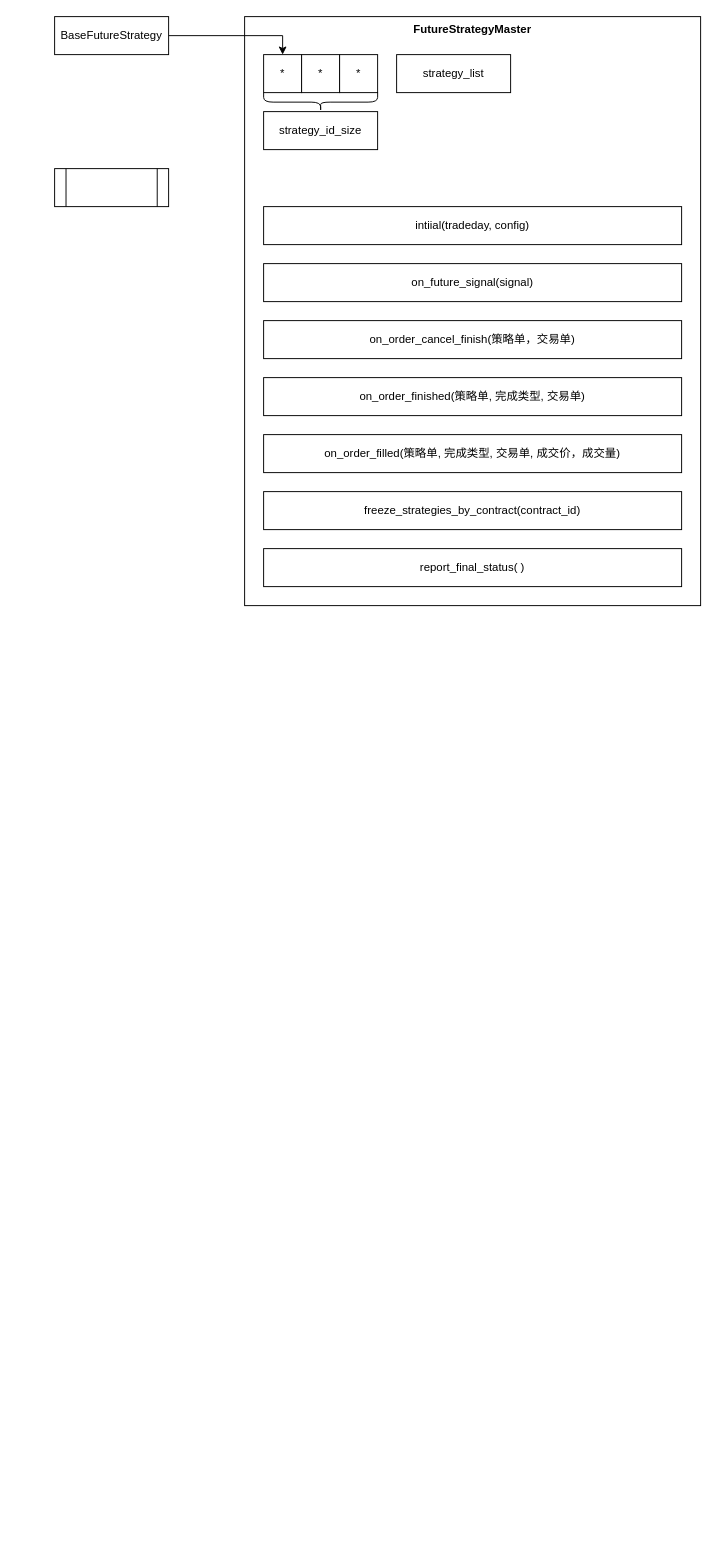
Above: page "数据结构" (2 of 2) of HFTPolicy.drawio in zhaxd123/drawio (draw.io), before the change. Source tidied: cells renumbered, new cells numbered last; positions are measured from the earlier drawing's top-left corner, leaving out a move shared by most shapes. Both pictures are drawn from the tidied source at 95%, with x=0, y=0 at pixel (54, 16).
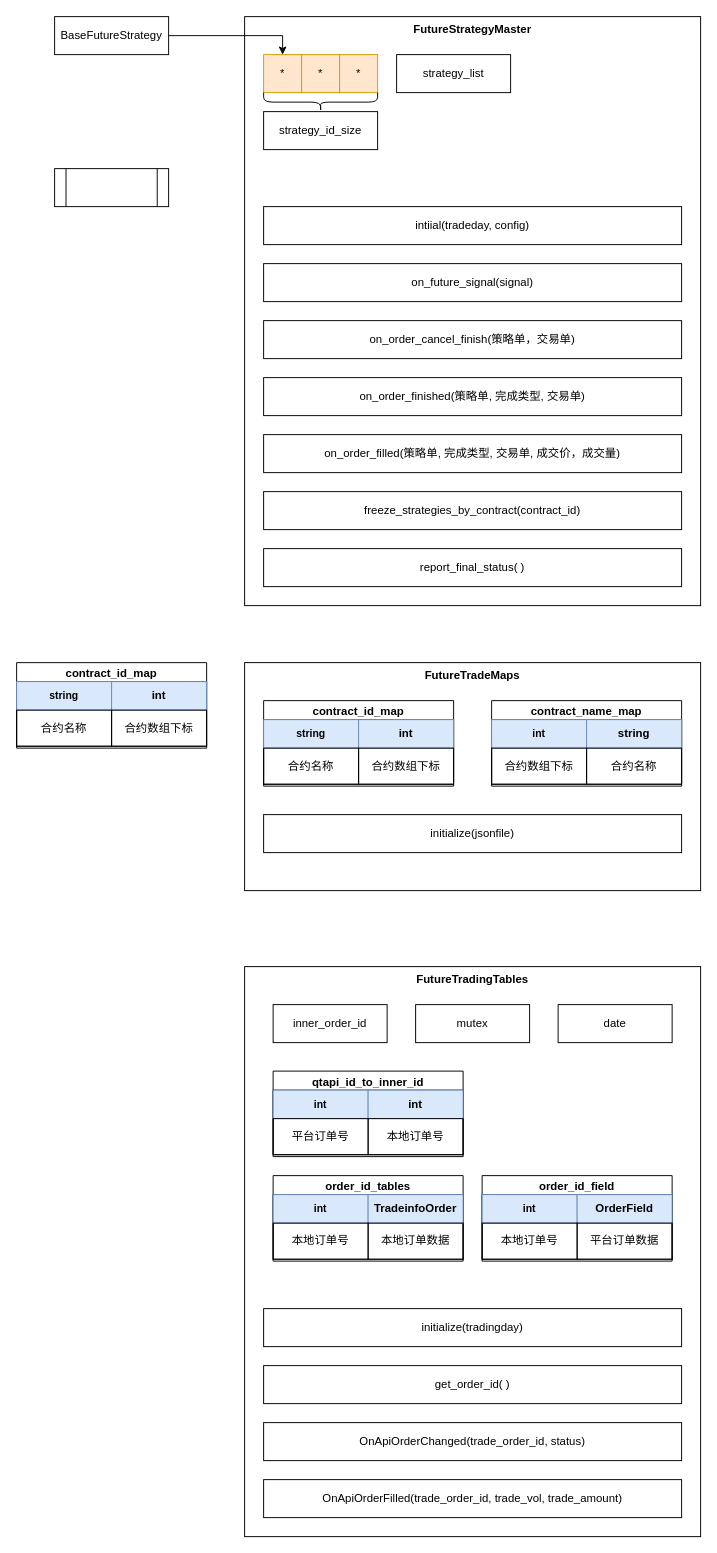
After the change.

What changed in the source:
```diff
@@
-    <mxCell id="3" value="*" style="rounded=0;whiteSpace=wrap;html=1;" parent="1" vertex="1">
+    <mxCell id="3" value="*" style="rounded=0;whiteSpace=wrap;html=1;fillColor=#ffe6cc;strokeColor=#d79b00;" parent="1" vertex="1">
       <mxGeometry x="220" y="40" width="40" height="40" as="geometry" />
     </mxCell>
-    <mxCell id="4" value="*" style="rounded=0;whiteSpace=wrap;html=1;" parent="1" vertex="1">
+    <mxCell id="4" value="*" style="rounded=0;whiteSpace=wrap;html=1;fillColor=#ffe6cc;strokeColor=#d79b00;" parent="1" vertex="1">
       <mxGeometry x="260" y="40" width="40" height="40" as="geometry" />
     </mxCell>
-    <mxCell id="5" value="*" style="rounded=0;whiteSpace=wrap;html=1;" parent="1" vertex="1">
+    <mxCell id="5" value="*" style="rounded=0;whiteSpace=wrap;html=1;fillColor=#ffe6cc;strokeColor=#d79b00;" parent="1" vertex="1">
       <mxGeometry x="300" y="40" width="40" height="40" as="geometry" />
     </mxCell>
@@
+    <mxCell id="19" value="FutureTradeMaps" style="rounded=0;whiteSpace=wrap;html=1;verticalAlign=top;fontStyle=1;" parent="1" vertex="1">
+      <mxGeometry x="200" y="680" width="480" height="240" as="geometry" />
+    </mxCell>
+    <mxCell id="20" value="contract_id_map" style="swimlane;whiteSpace=wrap;html=1;" parent="1" vertex="1">
+      <mxGeometry x="-40" y="680" width="200" height="90" as="geometry" />
+    </mxCell>
+    <mxCell id="21" style="childLayout=tableLayout;shadow=0;fillColor=none;" parent="20" vertex="1">
+      <mxGeometry y="20" width="200" height="68" as="geometry" />
+    </mxCell>
+    <mxCell id="22" style="shape=tableRow;horizontal=0;startSize=0;swimlaneHead=0;swimlaneBody=0;top=0;left=0;bottom=0;right=0;fontStyle=0;fillColor=none;strokeColor=inherit;" parent="21" vertex="1">
+      <mxGeometry width="200" height="30" as="geometry" />
+    </mxCell>
+    <mxCell id="23" value="&lt;b&gt;&lt;font style=&quot;font-size: 11px;&quot;&gt;string&lt;/font&gt;&lt;/b&gt;" style="strokeColor=#6c8ebf;fillColor=#dae8fc;align=center;whiteSpace=wrap;html=1;" parent="22" vertex="1">
+      <mxGeometry width="100" height="30" as="geometry" />
+    </mxCell>
+    <mxCell id="24" value="&lt;b&gt;&lt;font&gt;int&lt;/font&gt;&lt;/b&gt;" style="strokeColor=#6c8ebf;fillColor=#dae8fc;align=center;whiteSpace=wrap;html=1;" parent="22" vertex="1">
+      <mxGeometry x="100" width="100" height="30" as="geometry" />
+    </mxCell>
+    <mxCell id="25" style="shape=tableRow;horizontal=0;startSize=0;swimlaneHead=0;swimlaneBody=0;top=0;left=0;bottom=0;right=0;fontStyle=0;fillColor=none;strokeColor=inherit;" parent="21" vertex="1">
+      <mxGeometry y="30" width="200" height="38" as="geometry" />
+    </mxCell>
+    <mxCell id="26" value="合约名称" style="strokeColor=inherit;fillColor=none;align=center;whiteSpace=wrap;html=1;" parent="25" vertex="1">
+      <mxGeometry width="100" height="38" as="geometry" />
+    </mxCell>
+    <mxCell id="27" value="合约数组下标" style="strokeColor=inherit;fillColor=none;align=center;whiteSpace=wrap;html=1;" parent="25" vertex="1">
+      <mxGeometry x="100" width="100" height="38" as="geometry" />
+    </mxCell>
+    <mxCell id="28" value="contract_id_map" style="swimlane;whiteSpace=wrap;html=1;" parent="1" vertex="1">
+      <mxGeometry x="220" y="720" width="200" height="90" as="geometry" />
+    </mxCell>
+    <mxCell id="29" style="childLayout=tableLayout;shadow=0;fillColor=none;" parent="28" vertex="1">
+      <mxGeometry y="20" width="200" height="68" as="geometry" />
+    </mxCell>
+    <mxCell id="30" style="shape=tableRow;horizontal=0;startSize=0;swimlaneHead=0;swimlaneBody=0;top=0;left=0;bottom=0;right=0;fontStyle=0;fillColor=none;strokeColor=inherit;" parent="29" vertex="1">
+      <mxGeometry width="200" height="30" as="geometry" />
+    </mxCell>
+    <mxCell id="31" value="&lt;b&gt;&lt;font style=&quot;font-size: 11px;&quot;&gt;string&lt;/font&gt;&lt;/b&gt;" style="strokeColor=#6c8ebf;fillColor=#dae8fc;align=center;whiteSpace=wrap;html=1;" parent="30" vertex="1">
+      <mxGeometry width="100" height="30" as="geometry" />
+    </mxCell>
+    <mxCell id="32" value="&lt;b&gt;&lt;font&gt;int&lt;/font&gt;&lt;/b&gt;" style="strokeColor=#6c8ebf;fillColor=#dae8fc;align=center;whiteSpace=wrap;html=1;" parent="30" vertex="1">
+      <mxGeometry x="100" width="100" height="30" as="geometry" />
+    </mxCell>
+    <mxCell id="33" style="shape=tableRow;horizontal=0;startSize=0;swimlaneHead=0;swimlaneBody=0;top=0;left=0;bottom=0;right=0;fontStyle=0;fillColor=none;strokeColor=inherit;" parent="29" vertex="1">
+      <mxGeometry y="30" width="200" height="38" as="geometry" />
+    </mxCell>
+    <mxCell id="34" value="合约名称" style="strokeColor=inherit;fillColor=none;align=center;whiteSpace=wrap;html=1;" parent="33" vertex="1">
+      <mxGeometry width="100" height="38" as="geometry" />
+    </mxCell>
+    <mxCell id="35" value="合约数组下标" style="strokeColor=inherit;fillColor=none;align=center;whiteSpace=wrap;html=1;" parent="33" vertex="1">
+      <mxGeometry x="100" width="100" height="38" as="geometry" />
+    </mxCell>
+    <mxCell id="36" value="contract_name_map" style="swimlane;whiteSpace=wrap;html=1;" parent="1" vertex="1">
+      <mxGeometry x="460" y="720" width="200" height="90" as="geometry" />
+    </mxCell>
+    <mxCell id="37" style="childLayout=tableLayout;shadow=0;fillColor=none;" parent="36" vertex="1">
+      <mxGeometry y="20" width="200" height="68" as="geometry" />
+    </mxCell>
+    <mxCell id="38" style="shape=tableRow;horizontal=0;startSize=0;swimlaneHead=0;swimlaneBody=0;top=0;left=0;bottom=0;right=0;fontStyle=0;fillColor=none;strokeColor=inherit;" parent="37" vertex="1">
+      <mxGeometry width="200" height="30" as="geometry" />
+    </mxCell>
+    <mxCell id="39" value="&lt;b&gt;&lt;font style=&quot;font-size: 11px;&quot;&gt;int&lt;/font&gt;&lt;/b&gt;" style="strokeColor=#6c8ebf;fillColor=#dae8fc;align=center;whiteSpace=wrap;html=1;" parent="38" vertex="1">
+      <mxGeometry width="100" height="30" as="geometry" />
+    </mxCell>
+    <mxCell id="40" value="&lt;b&gt;&lt;font&gt;string&lt;/font&gt;&lt;/b&gt;" style="strokeColor=#6c8ebf;fillColor=#dae8fc;align=center;whiteSpace=wrap;html=1;" parent="38" vertex="1">
+      <mxGeometry x="100" width="100" height="30" as="geometry" />
+    </mxCell>
+    <mxCell id="41" style="shape=tableRow;horizontal=0;startSize=0;swimlaneHead=0;swimlaneBody=0;top=0;left=0;bottom=0;right=0;fontStyle=0;fillColor=none;strokeColor=inherit;" parent="37" vertex="1">
+      <mxGeometry y="30" width="200" height="38" as="geometry" />
+    </mxCell>
+    <mxCell id="42" value="合约数组下标" style="strokeColor=inherit;fillColor=none;align=center;whiteSpace=wrap;html=1;" parent="41" vertex="1">
+      <mxGeometry width="100" height="38" as="geometry" />
+    </mxCell>
+    <mxCell id="43" value="合约名称" style="strokeColor=inherit;fillColor=none;align=center;whiteSpace=wrap;html=1;" parent="41" vertex="1">
+      <mxGeometry x="100" width="100" height="38" as="geometry" />
+    </mxCell>
+    <mxCell id="44" value="initialize(jsonfile)" style="rounded=0;whiteSpace=wrap;html=1;fontSize=12;" parent="1" vertex="1">
+      <mxGeometry x="220" y="840" width="440" height="40" as="geometry" />
+    </mxCell>
+    <mxCell id="45" value="FutureTradingTables" style="rounded=0;whiteSpace=wrap;html=1;verticalAlign=top;fontStyle=1;" parent="1" vertex="1">
+      <mxGeometry x="200" y="1000" width="480" height="600" as="geometry" />
+    </mxCell>
+    <mxCell id="46" value="initialize(tradingday)" style="rounded=0;whiteSpace=wrap;html=1;fontSize=12;" parent="1" vertex="1">
+      <mxGeometry x="220" y="1360" width="440" height="40" as="geometry" />
+    </mxCell>
+    <mxCell id="47" value="inner_order_id" style="rounded=0;whiteSpace=wrap;html=1;" parent="1" vertex="1">
+      <mxGeometry x="230" y="1040" width="120" height="40" as="geometry" />
+    </mxCell>
+    <mxCell id="48" value="mutex" style="rounded=0;whiteSpace=wrap;html=1;" parent="1" vertex="1">
+      <mxGeometry x="380" y="1040" width="120" height="40" as="geometry" />
+    </mxCell>
+    <mxCell id="49" value="date" style="rounded=0;whiteSpace=wrap;html=1;" parent="1" vertex="1">
+      <mxGeometry x="530" y="1040" width="120" height="40" as="geometry" />
+    </mxCell>
+    <mxCell id="50" value="qtapi_id_to_inner_id" style="swimlane;whiteSpace=wrap;html=1;" parent="1" vertex="1">
+      <mxGeometry x="230" y="1110" width="200" height="90" as="geometry" />
+    </mxCell>
+    <mxCell id="51" style="childLayout=tableLayout;shadow=0;fillColor=none;" parent="50" vertex="1">
+      <mxGeometry y="20" width="200" height="68" as="geometry" />
+    </mxCell>
+    <mxCell id="52" style="shape=tableRow;horizontal=0;startSize=0;swimlaneHead=0;swimlaneBody=0;top=0;left=0;bottom=0;right=0;fontStyle=0;fillColor=none;strokeColor=inherit;" parent="51" vertex="1">
+      <mxGeometry width="200" height="30" as="geometry" />
+    </mxCell>
+    <mxCell id="53" value="&lt;b&gt;&lt;font style=&quot;font-size: 11px;&quot;&gt;int&lt;/font&gt;&lt;/b&gt;" style="strokeColor=#6c8ebf;fillColor=#dae8fc;align=center;whiteSpace=wrap;html=1;" parent="52" vertex="1">
+      <mxGeometry width="100" height="30" as="geometry" />
+    </mxCell>
+    <mxCell id="54" value="&lt;b&gt;&lt;font&gt;int&lt;/font&gt;&lt;/b&gt;" style="strokeColor=#6c8ebf;fillColor=#dae8fc;align=center;whiteSpace=wrap;html=1;" parent="52" vertex="1">
+      <mxGeometry x="100" width="100" height="30" as="geometry" />
+    </mxCell>
+    <mxCell id="55" style="shape=tableRow;horizontal=0;startSize=0;swimlaneHead=0;swimlaneBody=0;top=0;left=0;bottom=0;right=0;fontStyle=0;fillColor=none;strokeColor=inherit;" parent="51" vertex="1">
+      <mxGeometry y="30" width="200" height="38" as="geometry" />
+    </mxCell>
+    <mxCell id="56" value="平台订单号" style="strokeColor=inherit;fillColor=none;align=center;whiteSpace=wrap;html=1;" parent="55" vertex="1">
+      <mxGeometry width="100" height="38" as="geometry" />
+    </mxCell>
+    <mxCell id="57" value="本地订单号" style="strokeColor=inherit;fillColor=none;align=center;whiteSpace=wrap;html=1;" parent="55" vertex="1">
+      <mxGeometry x="100" width="100" height="38" as="geometry" />
+    </mxCell>
+    <mxCell id="58" value="order_id_tables" style="swimlane;whiteSpace=wrap;html=1;" parent="1" vertex="1">
+      <mxGeometry x="230" y="1220" width="200" height="90" as="geometry" />
+    </mxCell>
+    <mxCell id="59" style="childLayout=tableLayout;shadow=0;fillColor=none;" parent="58" vertex="1">
+      <mxGeometry y="20" width="200" height="68" as="geometry" />
+    </mxCell>
+    <mxCell id="60" style="shape=tableRow;horizontal=0;startSize=0;swimlaneHead=0;swimlaneBody=0;top=0;left=0;bottom=0;right=0;fontStyle=0;fillColor=none;strokeColor=inherit;" parent="59" vertex="1">
+      <mxGeometry width="200" height="30" as="geometry" />
+    </mxCell>
+    <mxCell id="61" value="&lt;b&gt;&lt;font style=&quot;font-size: 11px;&quot;&gt;int&lt;/font&gt;&lt;/b&gt;" style="strokeColor=#6c8ebf;fillColor=#dae8fc;align=center;whiteSpace=wrap;html=1;" parent="60" vertex="1">
+      <mxGeometry width="100" height="30" as="geometry" />
+    </mxCell>
+    <mxCell id="62" value="&lt;b&gt;&lt;font&gt;TradeinfoOrder&lt;/font&gt;&lt;/b&gt;" style="strokeColor=#6c8ebf;fillColor=#dae8fc;align=center;whiteSpace=wrap;html=1;" parent="60" vertex="1">
+      <mxGeometry x="100" width="100" height="30" as="geometry" />
+    </mxCell>
+    <mxCell id="63" style="shape=tableRow;horizontal=0;startSize=0;swimlaneHead=0;swimlaneBody=0;top=0;left=0;bottom=0;right=0;fontStyle=0;fillColor=none;strokeColor=inherit;" parent="59" vertex="1">
+      <mxGeometry y="30" width="200" height="38" as="geometry" />
+    </mxCell>
+    <mxCell id="64" value="本地订单号" style="strokeColor=inherit;fillColor=none;align=center;whiteSpace=wrap;html=1;" parent="63" vertex="1">
+      <mxGeometry width="100" height="38" as="geometry" />
+    </mxCell>
+    <mxCell id="65" value="本地订单数据" style="strokeColor=inherit;fillColor=none;align=center;whiteSpace=wrap;html=1;" parent="63" vertex="1">
+      <mxGeometry x="100" width="100" height="38" as="geometry" />
+    </mxCell>
+    <mxCell id="66" value="order_id_field" style="swimlane;whiteSpace=wrap;html=1;" parent="1" vertex="1">
+      <mxGeometry x="450" y="1220" width="200" height="90" as="geometry" />
+    </mxCell>
+    <mxCell id="67" style="childLayout=tableLayout;shadow=0;fillColor=none;" parent="66" vertex="1">
+      <mxGeometry y="20" width="200" height="68" as="geometry" />
+    </mxCell>
+    <mxCell id="68" style="shape=tableRow;horizontal=0;startSize=0;swimlaneHead=0;swimlaneBody=0;top=0;left=0;bottom=0;right=0;fontStyle=0;fillColor=none;strokeColor=inherit;" parent="67" vertex="1">
+      <mxGeometry width="200" height="30" as="geometry" />
+    </mxCell>
+    <mxCell id="69" value="&lt;b&gt;&lt;font style=&quot;font-size: 11px;&quot;&gt;int&lt;/font&gt;&lt;/b&gt;" style="strokeColor=#6c8ebf;fillColor=#dae8fc;align=center;whiteSpace=wrap;html=1;" parent="68" vertex="1">
+      <mxGeometry width="100" height="30" as="geometry" />
+    </mxCell>
+    <mxCell id="70" value="&lt;b&gt;&lt;font&gt;OrderField&lt;/font&gt;&lt;/b&gt;" style="strokeColor=#6c8ebf;fillColor=#dae8fc;align=center;whiteSpace=wrap;html=1;" parent="68" vertex="1">
+      <mxGeometry x="100" width="100" height="30" as="geometry" />
+    </mxCell>
+    <mxCell id="71" style="shape=tableRow;horizontal=0;startSize=0;swimlaneHead=0;swimlaneBody=0;top=0;left=0;bottom=0;right=0;fontStyle=0;fillColor=none;strokeColor=inherit;" parent="67" vertex="1">
+      <mxGeometry y="30" width="200" height="38" as="geometry" />
+    </mxCell>
+    <mxCell id="72" value="本地订单号" style="strokeColor=inherit;fillColor=none;align=center;whiteSpace=wrap;html=1;" parent="71" vertex="1">
+      <mxGeometry width="100" height="38" as="geometry" />
+    </mxCell>
+    <mxCell id="73" value="平台订单数据" style="strokeColor=inherit;fillColor=none;align=center;whiteSpace=wrap;html=1;" parent="71" vertex="1">
+      <mxGeometry x="100" width="100" height="38" as="geometry" />
+    </mxCell>
+    <mxCell id="74" value="get_order_id( )" style="rounded=0;whiteSpace=wrap;html=1;fontSize=12;" parent="1" vertex="1">
+      <mxGeometry x="220" y="1420" width="440" height="40" as="geometry" />
+    </mxCell>
+    <mxCell id="75" value="OnApiOrderChanged(trade_order_id, status)" style="rounded=0;whiteSpace=wrap;html=1;fontSize=12;" parent="1" vertex="1">
+      <mxGeometry x="220" y="1480" width="440" height="40" as="geometry" />
+    </mxCell>
+    <mxCell id="76" value="OnApiOrderFilled(trade_order_id, trade_vol, trade_amount)" style="rounded=0;whiteSpace=wrap;html=1;fontSize=12;" parent="1" vertex="1">
+      <mxGeometry x="220" y="1540" width="440" height="40" as="geometry" />
+    </mxCell>
```
